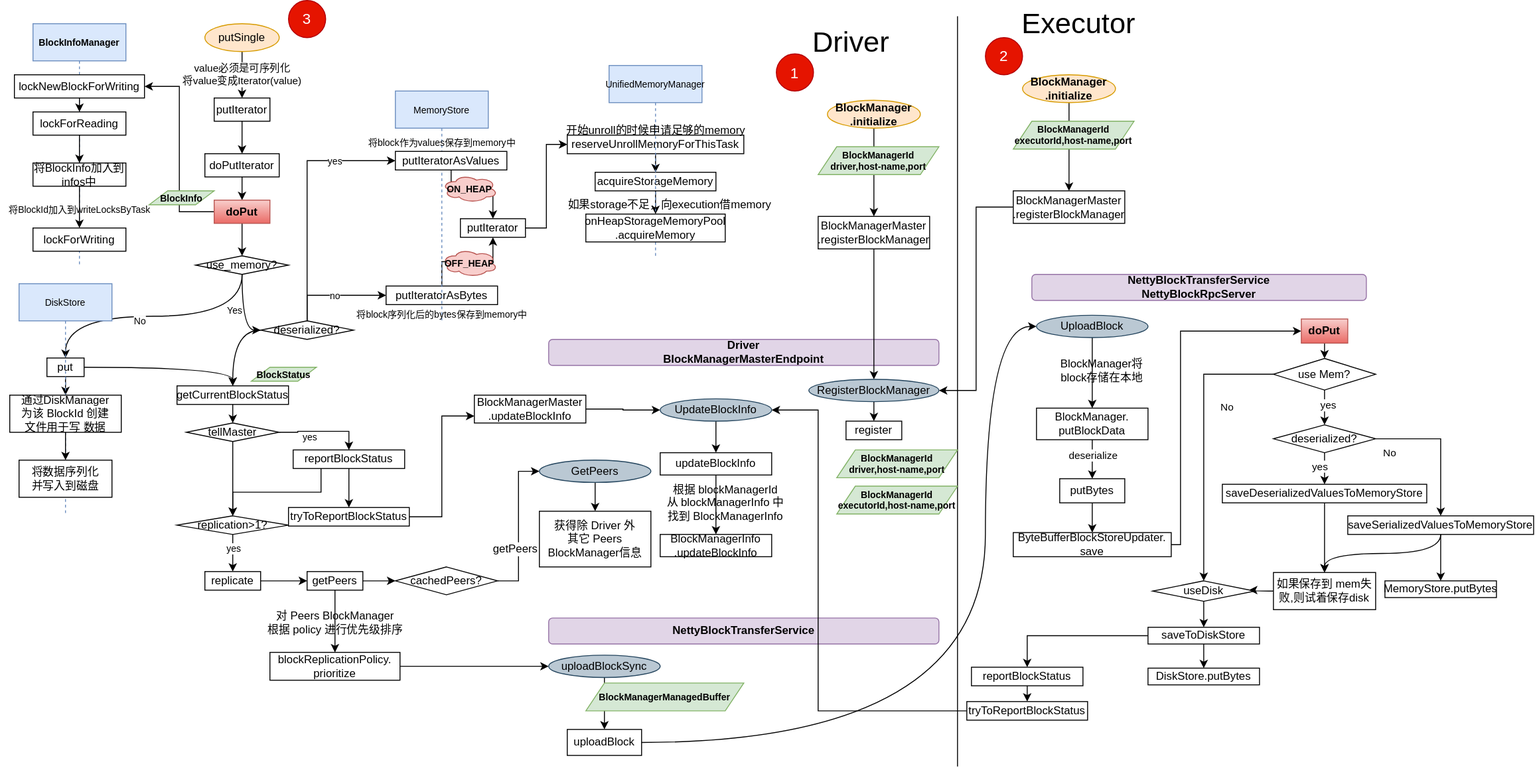
Above: docs/spark/blockmanager/bm/blockmanager-putSingle.svg in wbo4958/wbo4958.github.io (draw.io), before the change. Source tidied: cells renumbered, new cells last; positions are measured from the earlier drawing's top-left corner, leaving out a move shared by most shapes.
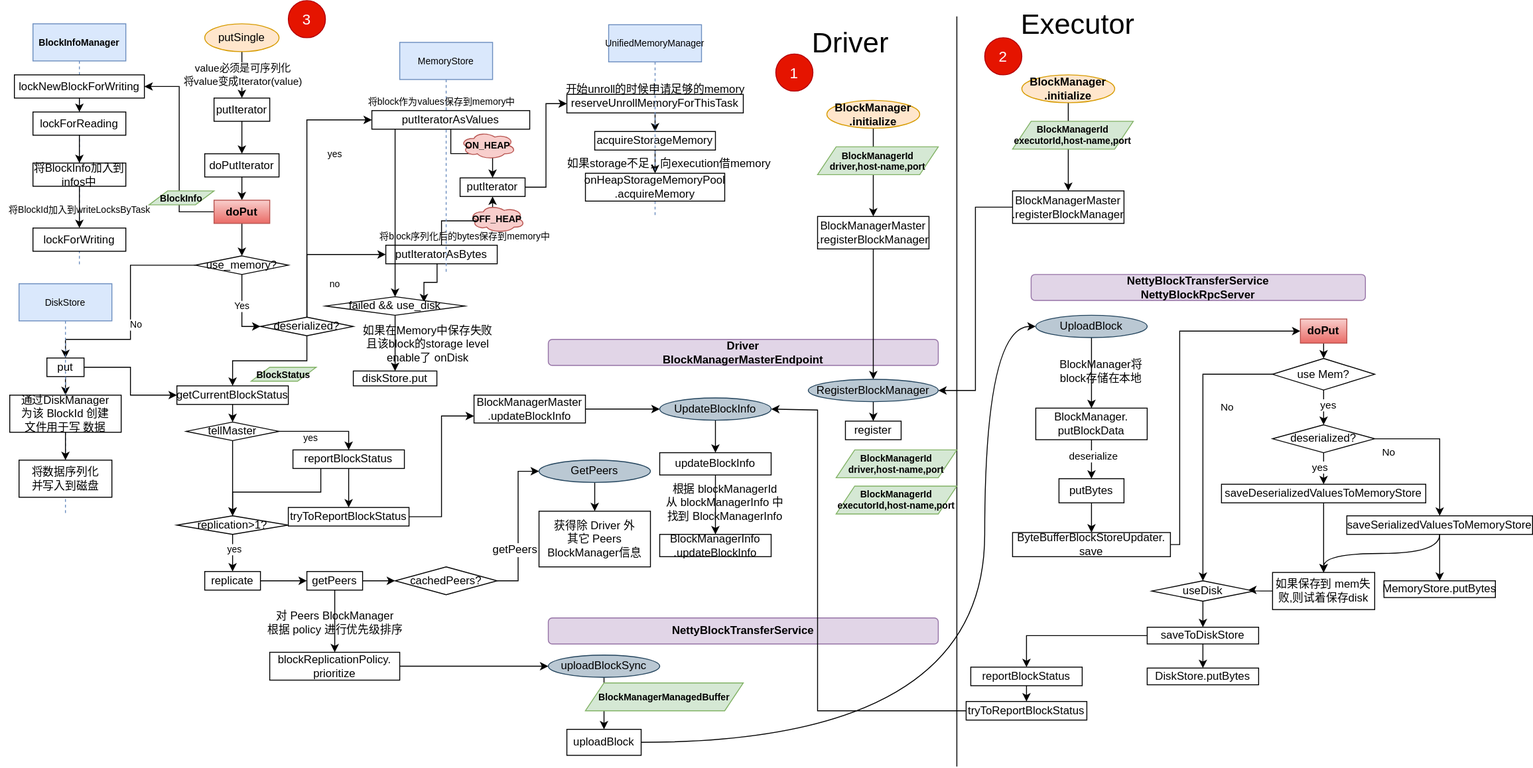
Later version of the same file.

Change to the diagram source:
```diff
@@ -37,22 +37,34 @@
     <mxCell id="12" value="BlockInfo" style="shape=parallelogram;perimeter=parallelogramPerimeter;whiteSpace=wrap;html=1;fixedSize=1;fillColor=#d5e8d4;strokeColor=#82b366;fontSize=10;fontStyle=1;" parent="1" vertex="1">
       <mxGeometry x="160" y="205" width="70" height="15" as="geometry" />
     </mxCell>
-    <mxCell id="13" style="edgeStyle=orthogonalEdgeStyle;curved=1;jettySize=auto;html=1;fontSize=10;exitX=0.5;exitY=1;exitDx=0;exitDy=0;" parent="1" edge="1" source="17" target="20">
-      <mxGeometry relative="1" as="geometry" />
+    <mxCell id="13" style="edgeStyle=orthogonalEdgeStyle;jettySize=auto;html=1;fontSize=10;exitX=0;exitY=0.5;exitDx=0;exitDy=0;rounded=0;" parent="1" edge="1" source="17" target="20">
+      <mxGeometry relative="1" as="geometry">
+        <Array as="points">
+          <mxPoint x="140" y="285" />
+          <mxPoint x="140" y="365" />
+          <mxPoint x="70" y="365" />
+        </Array>
+      </mxGeometry>
     </mxCell>
     <mxCell id="14" value="No" style="edgeLabel;html=1;align=center;verticalAlign=middle;fontSize=10;" parent="13" vertex="1">
       <mxGeometry x="0.11" y="5" relative="1" as="geometry" />
     </mxCell>
-    <mxCell id="15" style="edgeStyle=orthogonalEdgeStyle;curved=1;jettySize=auto;html=1;fontSize=10;exitX=0.5;exitY=1;exitDx=0;exitDy=0;entryX=0;entryY=0.5;entryDx=0;entryDy=0;" parent="1" edge="1" source="17" target="26">
-      <mxGeometry relative="1" as="geometry" />
+    <mxCell id="15" style="edgeStyle=orthogonalEdgeStyle;jettySize=auto;html=1;fontSize=10;exitX=0.5;exitY=1;exitDx=0;exitDy=0;entryX=0;entryY=0.5;entryDx=0;entryDy=0;rounded=0;" parent="1" edge="1" source="17" target="26">
+      <mxGeometry relative="1" as="geometry">
+        <Array as="points">
+          <mxPoint x="260" y="351" />
+        </Array>
+      </mxGeometry>
     </mxCell>
     <mxCell id="16" value="Yes" style="edgeLabel;html=1;align=center;verticalAlign=middle;fontSize=10;" parent="15" vertex="1">
-      <mxGeometry x="-0.03" y="-8" relative="1" as="geometry" />
+      <mxGeometry x="-0.03" y="-8" relative="1" as="geometry">
+        <mxPoint x="8" y="-4" as="offset" />
+      </mxGeometry>
     </mxCell>
     <mxCell id="17" value="use_memory?" style="rhombus;whiteSpace=wrap;html=1;" parent="1" vertex="1">
       <mxGeometry x="210" y="275" width="100" height="20" as="geometry" />
     </mxCell>
-    <mxCell id="18" style="edgeStyle=orthogonalEdgeStyle;jettySize=auto;html=1;fontSize=10;curved=1;" parent="1" edge="1" source="20" target="48">
+    <mxCell id="18" style="edgeStyle=orthogonalEdgeStyle;jettySize=auto;html=1;fontSize=10;entryX=0;entryY=0.5;entryDx=0;entryDy=0;rounded=0;" parent="1" edge="1" source="20" target="48">
       <mxGeometry relative="1" as="geometry" />
     </mxCell>
     <mxCell id="19" style="edgeStyle=orthogonalEdgeStyle;rounded=0;jettySize=auto;html=1;fontSize=10;" parent="1" edge="1" source="20" target="67">
@@ -77,17 +89,20 @@
         <mxPoint x="36" y="-98" as="offset" />
       </mxGeometry>
     </mxCell>
-    <mxCell id="25" style="edgeStyle=orthogonalEdgeStyle;curved=1;jettySize=auto;html=1;fontSize=10;exitX=0;exitY=0.5;exitDx=0;exitDy=0;" parent="1" edge="1" source="26" target="48">
+    <mxCell id="25" style="edgeStyle=orthogonalEdgeStyle;jettySize=auto;html=1;fontSize=10;exitX=0.5;exitY=1;exitDx=0;exitDy=0;rounded=0;" parent="1" edge="1" source="26" target="48">
       <mxGeometry relative="1" as="geometry" />
     </mxCell>
     <mxCell id="26" value="deserialized?" style="rhombus;whiteSpace=wrap;html=1;fontFamily=Helvetica;fontSize=12;fontColor=#000000;align=center;strokeColor=#000000;fillColor=#ffffff;" parent="1" vertex="1">
-      <mxGeometry x="280" y="345" width="100" height="20" as="geometry" />
+      <mxGeometry x="280" y="341" width="100" height="20" as="geometry" />
     </mxCell>
     <mxCell id="27" style="edgeStyle=orthogonalEdgeStyle;jettySize=auto;html=1;entryX=0.5;entryY=1;entryDx=0;entryDy=0;rounded=0;" parent="1" edge="1" source="28" target="45">
       <mxGeometry relative="1" as="geometry" />
     </mxCell>
+    <mxCell id="167" style="edgeStyle=orthogonalEdgeStyle;rounded=0;jettySize=auto;html=1;exitX=0.46;exitY=0.982;exitDx=0;exitDy=0;entryX=0.707;entryY=0.296;entryDx=0;entryDy=0;entryPerimeter=0;strokeColor=#000000;exitPerimeter=0;" parent="1" edge="1" source="28" target="170">
+      <mxGeometry relative="1" as="geometry" />
+    </mxCell>
     <mxCell id="28" value="putIteratorAsBytes" style="whiteSpace=wrap;html=1;" parent="1" vertex="1">
-      <mxGeometry x="415" y="307.5" width="120" height="20" as="geometry" />
+      <mxGeometry x="415" y="263.5" width="120" height="20" as="geometry" />
     </mxCell>
     <mxCell id="29" style="group;" parent="1" vertex="1">
       <mxGeometry y="25" width="170" height="260" as="geometry" />
@@ -123,25 +138,32 @@
       <mxGeometry relative="1" as="geometry" />
     </mxCell>
     <mxCell id="40" value="MemoryStore" style="shape=umlLifeline;perimeter=lifelinePerimeter;whiteSpace=wrap;html=1;fontSize=10;fillColor=#dae8fc;strokeColor=#6c8ebf;" parent="1" vertex="1">
-      <mxGeometry x="425" y="97.5" width="100" height="250" as="geometry" />
+      <mxGeometry x="430" y="45" width="100" height="250" as="geometry" />
     </mxCell>
     <mxCell id="41" style="edgeStyle=orthogonalEdgeStyle;jettySize=auto;html=1;fontSize=10;rounded=0;" parent="1" edge="1" source="42" target="45">
       <mxGeometry relative="1" as="geometry" />
     </mxCell>
+    <mxCell id="168" style="edgeStyle=orthogonalEdgeStyle;rounded=0;jettySize=auto;html=1;entryX=0.5;entryY=0;entryDx=0;entryDy=0;strokeColor=#000000;exitX=0.118;exitY=0.979;exitDx=0;exitDy=0;exitPerimeter=0;" parent="1" edge="1" source="42" target="170">
+      <mxGeometry relative="1" as="geometry">
+        <Array as="points">
+          <mxPoint x="425" y="138" />
+        </Array>
+      </mxGeometry>
+    </mxCell>
     <mxCell id="42" value="putIteratorAsValues" style="whiteSpace=wrap;html=1;" parent="1" vertex="1">
-      <mxGeometry x="425" y="162.5" width="120" height="20" as="geometry" />
+      <mxGeometry x="400" y="118.5" width="170" height="20" as="geometry" />
     </mxCell>
     <mxCell id="43" value="将block作为values保存到memory中" style="text;html=1;align=center;verticalAlign=middle;fontSize=10;" parent="1" vertex="1">
-      <mxGeometry x="390" y="142.5" width="170" height="20" as="geometry" />
+      <mxGeometry x="390" y="98.5" width="170" height="20" as="geometry" />
     </mxCell>
     <mxCell id="44" style="edgeStyle=orthogonalEdgeStyle;jettySize=auto;html=1;fontSize=10;entryX=0;entryY=0.5;entryDx=0;entryDy=0;exitX=1;exitY=0.5;exitDx=0;exitDy=0;rounded=0;" parent="1" edge="1" source="45" target="70">
       <mxGeometry relative="1" as="geometry" />
     </mxCell>
     <mxCell id="45" value="putIterator" style="whiteSpace=wrap;html=1;" parent="1" vertex="1">
-      <mxGeometry x="495" y="235" width="70" height="20" as="geometry" />
+      <mxGeometry x="495" y="191" width="70" height="20" as="geometry" />
     </mxCell>
     <mxCell id="46" value="ON_HEAP" style="ellipse;shape=cloud;whiteSpace=wrap;html=1;fontSize=10;fillColor=#f8cecc;strokeColor=#b85450;fontStyle=1;" parent="1" vertex="1">
-      <mxGeometry x="475" y="187.5" width="60" height="30" as="geometry" />
+      <mxGeometry x="495" y="141" width="60" height="30" as="geometry" />
     </mxCell>
     <mxCell id="47" style="edgeStyle=orthogonalEdgeStyle;curved=1;jettySize=auto;html=1;fontSize=10;" parent="1" edge="1" source="48" target="53">
       <mxGeometry relative="1" as="geometry" />
@@ -162,7 +184,7 @@
       <mxGeometry relative="1" as="geometry" />
     </mxCell>
     <mxCell id="53" value="tellMaster" style="rhombus;whiteSpace=wrap;html=1;" parent="1" vertex="1">
-      <mxGeometry x="200" y="455" width="100" height="20" as="geometry" />
+      <mxGeometry x="200" y="454" width="100" height="20" as="geometry" />
     </mxCell>
     <mxCell id="54" style="edgeStyle=orthogonalEdgeStyle;jettySize=auto;html=1;entryX=0.5;entryY=0;entryDx=0;entryDy=0;fontSize=10;exitX=0.25;exitY=1;exitDx=0;exitDy=0;rounded=0;" parent="1" edge="1" source="56" target="59">
       <mxGeometry relative="1" as="geometry" />
@@ -213,31 +235,31 @@
       <mxGeometry relative="1" as="geometry" />
     </mxCell>
     <mxCell id="70" value="reserveUnrollMemoryForThisTask" style="whiteSpace=wrap;html=1;" parent="1" vertex="1">
-      <mxGeometry x="610" y="145" width="190" height="20" as="geometry" />
+      <mxGeometry x="610" y="101" width="190" height="20" as="geometry" />
     </mxCell>
     <mxCell id="71" style="edgeStyle=orthogonalEdgeStyle;rounded=0;jettySize=auto;html=1;" parent="1" edge="1" source="72" target="75">
       <mxGeometry relative="1" as="geometry" />
     </mxCell>
     <mxCell id="72" value="acquireStorageMemory" style="whiteSpace=wrap;html=1;" parent="1" vertex="1">
-      <mxGeometry x="640" y="185" width="130" height="20" as="geometry" />
+      <mxGeometry x="640" y="141" width="130" height="20" as="geometry" />
     </mxCell>
     <mxCell id="73" value="UnifiedMemoryManager" style="shape=umlLifeline;perimeter=lifelinePerimeter;whiteSpace=wrap;html=1;fontSize=10;fillColor=#dae8fc;strokeColor=#6c8ebf;" parent="1" vertex="1">
-      <mxGeometry x="655" y="70" width="100" height="205" as="geometry" />
+      <mxGeometry x="655" y="26" width="100" height="205" as="geometry" />
     </mxCell>
     <mxCell id="74" value="开始unroll的时候申请足够的memory" style="text;html=1;align=center;verticalAlign=middle;" parent="1" vertex="1">
-      <mxGeometry x="600" y="130" width="210" height="20" as="geometry" />
+      <mxGeometry x="600" y="86" width="210" height="20" as="geometry" />
     </mxCell>
     <mxCell id="75" value="onHeapStorageMemoryPool&lt;br&gt;.acquireMemory" style="whiteSpace=wrap;html=1;" parent="1" vertex="1">
-      <mxGeometry x="630" y="230" width="150" height="30" as="geometry" />
+      <mxGeometry x="630" y="186" width="150" height="30" as="geometry" />
     </mxCell>
     <mxCell id="76" value="如果storage不足，向execution借memory" style="text;html=1;align=center;verticalAlign=middle;" parent="1" vertex="1">
-      <mxGeometry x="605" y="210" width="230" height="20" as="geometry" />
+      <mxGeometry x="605" y="166" width="230" height="20" as="geometry" />
     </mxCell>
     <mxCell id="77" value="将block序列化后的bytes保存到memory中" style="text;html=1;align=center;verticalAlign=middle;fontSize=10;" parent="1" vertex="1">
-      <mxGeometry x="375" y="327.5" width="200" height="20" as="geometry" />
+      <mxGeometry x="400" y="243.5" width="200" height="20" as="geometry" />
     </mxCell>
     <mxCell id="78" value="OFF_HEAP" style="ellipse;shape=cloud;whiteSpace=wrap;html=1;fontSize=10;fillColor=#f8cecc;strokeColor=#b85450;fontStyle=1;" parent="1" vertex="1">
-      <mxGeometry x="475" y="267.5" width="60" height="30" as="geometry" />
+      <mxGeometry x="505" y="220" width="60" height="30" as="geometry" />
     </mxCell>
     <mxCell id="79" value="Driver&lt;br&gt;BlockManagerMasterEndpoint" style="rounded=1;whiteSpace=wrap;html=1;fontStyle=1;fillColor=#e1d5e7;strokeColor=#9673a6;" parent="1" vertex="1">
       <mxGeometry x="590" y="365" width="420" height="28" as="geometry" />
@@ -246,7 +268,7 @@
       <mxGeometry relative="1" as="geometry" />
     </mxCell>
     <mxCell id="81" value="UpdateBlockInfo" style="ellipse;whiteSpace=wrap;html=1;fontFamily=Helvetica;fontSize=12;align=center;fillColor=#bac8d3;strokeColor=#23445d;" parent="1" vertex="1">
-      <mxGeometry x="710" y="429" width="120" height="24" as="geometry" />
+      <mxGeometry x="710" y="428" width="120" height="24" as="geometry" />
     </mxCell>
     <mxCell id="82" style="edgeStyle=orthogonalEdgeStyle;curved=1;jettySize=auto;html=1;" parent="1" edge="1" source="83" target="84">
       <mxGeometry relative="1" as="geometry" />
@@ -525,5 +547,17 @@
     <mxCell id="166" value="&lt;font style=&quot;font-size: 16px&quot;&gt;3&lt;/font&gt;" style="ellipse;whiteSpace=wrap;html=1;fillColor=#e51400;strokeColor=#B20000;fontColor=#ffffff;" parent="1" vertex="1">
       <mxGeometry x="310" width="40" height="40" as="geometry" />
     </mxCell>
+    <mxCell id="169" style="edgeStyle=orthogonalEdgeStyle;rounded=0;jettySize=auto;html=1;strokeColor=#000000;" parent="1" edge="1" source="170" target="171">
+      <mxGeometry relative="1" as="geometry" />
+    </mxCell>
+    <mxCell id="170" value="failed &amp;amp;&amp;amp; use_disk" style="rhombus;whiteSpace=wrap;html=1;fontFamily=Helvetica;fontSize=12;fontColor=#000000;align=center;strokeColor=#000000;fillColor=#ffffff;" parent="1" vertex="1">
+      <mxGeometry x="350" y="319" width="150" height="20" as="geometry" />
+    </mxCell>
+    <mxCell id="171" value="diskStore.put" style="whiteSpace=wrap;html=1;" parent="1" vertex="1">
+      <mxGeometry x="380" y="399" width="90" height="16" as="geometry" />
+    </mxCell>
+    <mxCell id="172" value="如果在Memory中保存失败&lt;br&gt;且该block的storage level&lt;br&gt;enable了 onDisk" style="text;html=1;align=center;verticalAlign=middle;" parent="1" vertex="1">
+      <mxGeometry x="380" y="345" width="160" height="50" as="geometry" />
+    </mxCell>
   </root>
 </mxGraphModel>
```
